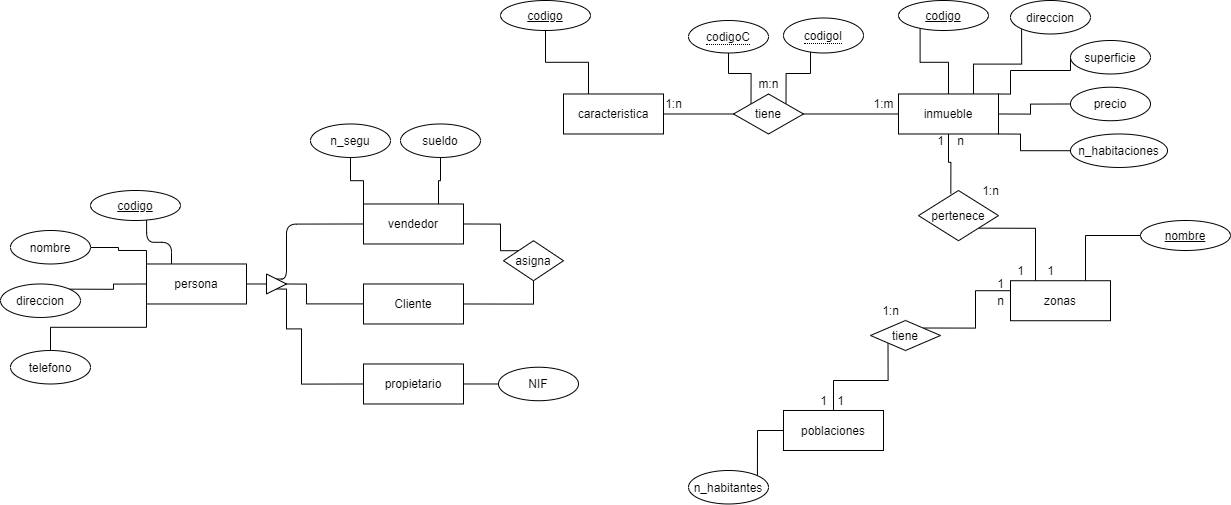
This is Parcial.png from Oscar915/Parcial, a draw.io export, as it was before one commit. Source tidied: cells renumbered, new cells last; positions are measured from the earlier drawing's top-left corner, leaving out a move shared by most shapes.
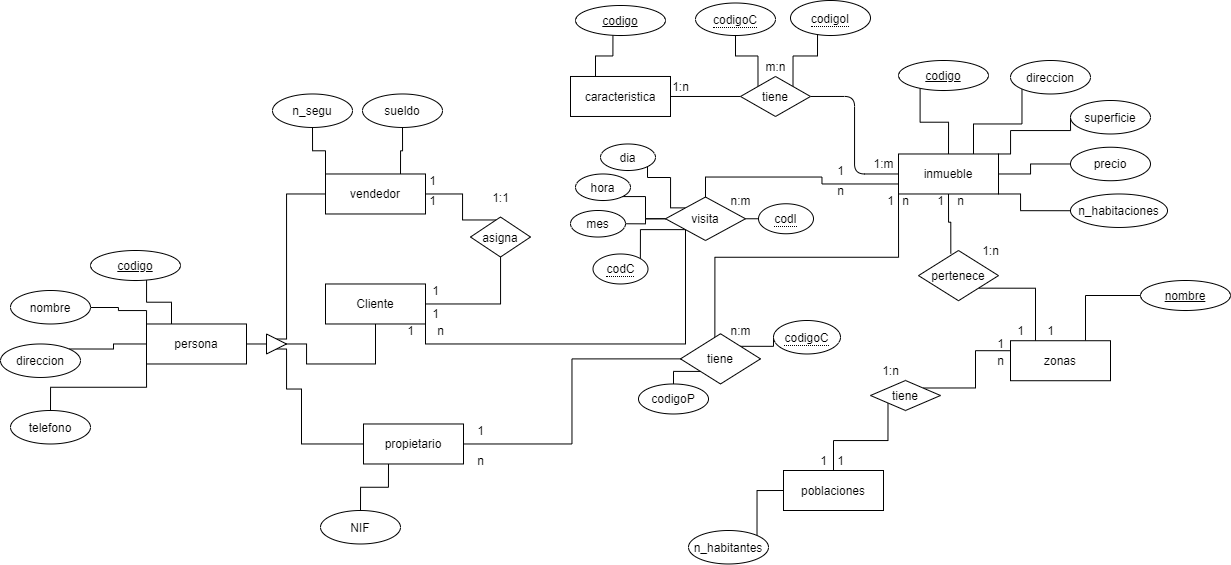
After the change.

Diff of the diagram source:
```diff
@@ -39,6 +39,12 @@
     <mxCell id="8" style="edgeStyle=orthogonalEdgeStyle;rounded=0;jettySize=auto;html=1;exitX=0.5;exitY=1;exitDx=0;exitDy=0;entryX=0.404;entryY=0.06;entryDx=0;entryDy=0;entryPerimeter=0;endArrow=none;endFill=0;" parent="1" edge="1" source="9" target="68">
       <mxGeometry relative="1" as="geometry" />
     </mxCell>
+    <mxCell id="74" style="edgeStyle=orthogonalEdgeStyle;rounded=0;jettySize=auto;html=1;exitX=0;exitY=1;exitDx=0;exitDy=0;entryX=-0.141;entryY=0.921;entryDx=0;entryDy=0;entryPerimeter=0;endArrow=none;endFill=0;" parent="1" edge="1" source="9" target="84">
+      <mxGeometry relative="1" as="geometry" />
+    </mxCell>
+    <mxCell id="75" style="edgeStyle=orthogonalEdgeStyle;rounded=0;jettySize=auto;html=1;exitX=0;exitY=0.75;exitDx=0;exitDy=0;entryX=0.5;entryY=0;entryDx=0;entryDy=0;endArrow=none;endFill=0;" parent="1" edge="1" source="9" target="99">
+      <mxGeometry relative="1" as="geometry" />
+    </mxCell>
     <mxCell id="9" value="inmueble&lt;br&gt;" style="whiteSpace=wrap;html=1;align=center;" parent="1" vertex="1">
       <mxGeometry x="898" y="93.5" width="100" height="40" as="geometry" />
     </mxCell>
@@ -60,7 +66,7 @@
     <mxCell id="15" value="zonas" style="whiteSpace=wrap;html=1;align=center;" parent="1" vertex="1">
       <mxGeometry x="1010" y="280.2" width="100" height="40" as="geometry" />
     </mxCell>
-    <mxCell id="16" style="edgeStyle=orthogonalEdgeStyle;rounded=1;jettySize=auto;html=1;exitX=0.25;exitY=0;exitDx=0;exitDy=0;entryX=0.623;entryY=0.967;entryDx=0;entryDy=0;entryPerimeter=0;endArrow=none;endFill=0;" parent="1" edge="1" source="20" target="46">
+    <mxCell id="16" style="edgeStyle=orthogonalEdgeStyle;rounded=0;jettySize=auto;html=1;exitX=0.25;exitY=0;exitDx=0;exitDy=0;entryX=0.623;entryY=0.967;entryDx=0;entryDy=0;entryPerimeter=0;endArrow=none;endFill=0;" parent="1" edge="1" source="20" target="46">
       <mxGeometry relative="1" as="geometry" />
     </mxCell>
     <mxCell id="17" style="edgeStyle=orthogonalEdgeStyle;rounded=0;jettySize=auto;html=1;exitX=0;exitY=0;exitDx=0;exitDy=0;endArrow=none;endFill=0;" parent="1" edge="1" source="20" target="31">
@@ -84,17 +90,20 @@
     <mxCell id="21" style="edgeStyle=orthogonalEdgeStyle;rounded=1;jettySize=auto;html=1;exitX=1;exitY=0.5;exitDx=0;exitDy=0;entryX=0;entryY=0.5;entryDx=0;entryDy=0;endArrow=none;endFill=0;" parent="1" edge="1" source="23" target="35">
       <mxGeometry relative="1" as="geometry" />
     </mxCell>
-    <mxCell id="22" style="edgeStyle=orthogonalEdgeStyle;rounded=0;jettySize=auto;html=1;exitX=0.25;exitY=0;exitDx=0;exitDy=0;entryX=0.5;entryY=1;entryDx=0;entryDy=0;endArrow=none;endFill=0;" parent="1" edge="1" source="23" target="45">
+    <mxCell id="22" style="edgeStyle=orthogonalEdgeStyle;rounded=0;jettySize=auto;html=1;exitX=0.25;exitY=0;exitDx=0;exitDy=0;endArrow=none;endFill=0;entryX=0.416;entryY=0.986;entryDx=0;entryDy=0;entryPerimeter=0;" parent="1" edge="1" source="23" target="45">
       <mxGeometry relative="1" as="geometry" />
     </mxCell>
     <mxCell id="23" value="caracteristica" style="whiteSpace=wrap;html=1;align=center;" parent="1" vertex="1">
-      <mxGeometry x="563" y="93.5" width="100" height="40" as="geometry" />
+      <mxGeometry x="570" y="16" width="100" height="40" as="geometry" />
     </mxCell>
-    <mxCell id="24" style="edgeStyle=orthogonalEdgeStyle;rounded=0;jettySize=auto;html=1;exitX=1;exitY=0.5;exitDx=0;exitDy=0;entryX=0.5;entryY=1;entryDx=0;entryDy=0;endArrow=none;endFill=0;" parent="1" edge="1" source="25" target="60">
+    <mxCell id="24" style="edgeStyle=orthogonalEdgeStyle;rounded=0;jettySize=auto;html=1;endArrow=none;endFill=0;" parent="1" edge="1" source="25" target="60">
       <mxGeometry relative="1" as="geometry" />
     </mxCell>
+    <mxCell id="76" style="edgeStyle=orthogonalEdgeStyle;rounded=0;jettySize=auto;html=1;exitX=1;exitY=1;exitDx=0;exitDy=0;entryX=0;entryY=1;entryDx=0;entryDy=0;endArrow=none;endFill=0;" parent="1" edge="1" source="25" target="99">
+      <mxGeometry relative="1" as="geometry" />
+    </mxCell>
     <mxCell id="25" value="Cliente&lt;br&gt;" style="whiteSpace=wrap;html=1;align=center;" parent="1" vertex="1">
-      <mxGeometry x="363" y="283.5" width="100" height="40" as="geometry" />
+      <mxGeometry x="325" y="223.5" width="100" height="40" as="geometry" />
     </mxCell>
     <mxCell id="26" style="edgeStyle=orthogonalEdgeStyle;rounded=0;jettySize=auto;html=1;exitX=0;exitY=0;exitDx=0;exitDy=0;entryX=0.5;entryY=1;entryDx=0;entryDy=0;endArrow=none;endFill=0;" parent="1" edge="1" source="29" target="53">
       <mxGeometry relative="1" as="geometry" />
@@ -102,17 +111,24 @@
     <mxCell id="27" style="edgeStyle=orthogonalEdgeStyle;rounded=0;jettySize=auto;html=1;exitX=0.75;exitY=0;exitDx=0;exitDy=0;entryX=0.5;entryY=1;entryDx=0;entryDy=0;endArrow=none;endFill=0;" parent="1" edge="1" source="29" target="54">
       <mxGeometry relative="1" as="geometry" />
     </mxCell>
-    <mxCell id="28" style="edgeStyle=orthogonalEdgeStyle;rounded=0;jettySize=auto;html=1;exitX=1;exitY=0.5;exitDx=0;exitDy=0;entryX=0;entryY=0;entryDx=0;entryDy=0;endArrow=none;endFill=0;" parent="1" edge="1" source="29" target="60">
+    <mxCell id="28" style="edgeStyle=orthogonalEdgeStyle;rounded=0;jettySize=auto;html=1;exitX=1;exitY=0.5;exitDx=0;exitDy=0;entryX=0.5;entryY=0;entryDx=0;entryDy=0;endArrow=none;endFill=0;" parent="1" edge="1" source="29" target="60">
       <mxGeometry relative="1" as="geometry">
         <Array as="points">
-          <mxPoint x="500" y="224" />
-          <mxPoint x="500" y="250" />
+          <mxPoint x="462" y="133.5" />
+          <mxPoint x="462" y="159.5" />
+          <mxPoint x="500" y="159.5" />
         </Array>
       </mxGeometry>
     </mxCell>
     <mxCell id="29" value="vendedor" style="whiteSpace=wrap;html=1;align=center;" parent="1" vertex="1">
-      <mxGeometry x="363" y="203.5" width="100" height="40" as="geometry" />
+      <mxGeometry x="325" y="113.5" width="100" height="40" as="geometry" />
     </mxCell>
+    <mxCell id="77" style="edgeStyle=orthogonalEdgeStyle;rounded=0;jettySize=auto;html=1;exitX=0.25;exitY=1;exitDx=0;exitDy=0;entryX=0.5;entryY=0;entryDx=0;entryDy=0;endArrow=none;endFill=0;" parent="1" edge="1" source="30" target="52">
+      <mxGeometry relative="1" as="geometry" />
+    </mxCell>
+    <mxCell id="78" style="edgeStyle=orthogonalEdgeStyle;rounded=0;jettySize=auto;html=1;exitX=1;exitY=0.5;exitDx=0;exitDy=0;entryX=0;entryY=0.5;entryDx=0;entryDy=0;endArrow=none;endFill=0;" parent="1" edge="1" source="30" target="81">
+      <mxGeometry relative="1" as="geometry" />
+    </mxCell>
     <mxCell id="30" value="propietario" style="whiteSpace=wrap;html=1;align=center;" parent="1" vertex="1">
       <mxGeometry x="363" y="363.5" width="100" height="40" as="geometry" />
     </mxCell>
@@ -129,25 +145,25 @@
       <mxGeometry relative="1" as="geometry" />
     </mxCell>
     <mxCell id="35" value="tiene" style="shape=rhombus;perimeter=rhombusPerimeter;whiteSpace=wrap;html=1;align=center;" parent="1" vertex="1">
-      <mxGeometry x="733" y="93.5" width="70" height="40" as="geometry" />
+      <mxGeometry x="740" y="16" width="70" height="40" as="geometry" />
     </mxCell>
     <mxCell id="36" value="1:n" style="text;html=1;align=center;verticalAlign=middle;" parent="1" vertex="1">
-      <mxGeometry x="658" y="93.5" width="30" height="20" as="geometry" />
+      <mxGeometry x="665" y="16" width="30" height="20" as="geometry" />
     </mxCell>
     <mxCell id="37" value="1:m" style="text;html=1;align=center;verticalAlign=middle;" parent="1" vertex="1">
       <mxGeometry x="863" y="93.5" width="40" height="20" as="geometry" />
     </mxCell>
     <mxCell id="38" value="m:n" style="text;html=1;align=center;verticalAlign=middle;" parent="1" vertex="1">
-      <mxGeometry x="748" y="73.5" width="40" height="20" as="geometry" />
+      <mxGeometry x="755" y="-4" width="40" height="20" as="geometry" />
     </mxCell>
     <mxCell id="39" style="edgeStyle=orthogonalEdgeStyle;rounded=1;jettySize=auto;html=1;exitX=0;exitY=0.5;exitDx=0;exitDy=0;entryX=1;entryY=0.5;entryDx=0;entryDy=0;endArrow=none;endFill=0;" parent="1" edge="1" source="43" target="20">
       <mxGeometry relative="1" as="geometry" />
     </mxCell>
-    <mxCell id="40" style="edgeStyle=orthogonalEdgeStyle;rounded=1;jettySize=auto;html=1;exitX=0.5;exitY=0;exitDx=0;exitDy=0;entryX=0;entryY=0.5;entryDx=0;entryDy=0;endArrow=none;endFill=0;" parent="1" edge="1" source="43" target="29">
+    <mxCell id="40" style="edgeStyle=orthogonalEdgeStyle;rounded=0;jettySize=auto;html=1;exitX=0.5;exitY=0;exitDx=0;exitDy=0;entryX=0;entryY=0.5;entryDx=0;entryDy=0;endArrow=none;endFill=0;" parent="1" edge="1" source="43" target="29">
       <mxGeometry relative="1" as="geometry">
         <Array as="points">
-          <mxPoint x="286" y="278.5" />
-          <mxPoint x="286" y="223.5" />
+          <mxPoint x="286" y="279" />
+          <mxPoint x="286" y="133" />
         </Array>
       </mxGeometry>
     </mxCell>
@@ -176,16 +192,16 @@
       <mxGeometry x="898" width="90" height="30" as="geometry" />
     </mxCell>
     <mxCell id="45" value="codigo" style="ellipse;whiteSpace=wrap;html=1;align=center;fontStyle=4;" parent="1" vertex="1">
-      <mxGeometry x="500" width="90" height="30" as="geometry" />
+      <mxGeometry x="575" y="-55" width="90" height="30" as="geometry" />
     </mxCell>
     <mxCell id="46" value="codigo" style="ellipse;whiteSpace=wrap;html=1;align=center;fontStyle=4;" parent="1" vertex="1">
       <mxGeometry x="90" y="190" width="90" height="30" as="geometry" />
     </mxCell>
     <mxCell id="47" value="&lt;span style=&quot;border-bottom: 1px dotted&quot;&gt;codigoI&lt;/span&gt;" style="ellipse;whiteSpace=wrap;html=1;align=center;" parent="1" vertex="1">
-      <mxGeometry x="783" y="17.5" width="80" height="35" as="geometry" />
+      <mxGeometry x="790" y="-60" width="80" height="35" as="geometry" />
     </mxCell>
     <mxCell id="48" value="&lt;span style=&quot;border-bottom: 1px dotted&quot;&gt;codigoC&lt;/span&gt;" style="ellipse;whiteSpace=wrap;html=1;align=center;" parent="1" vertex="1">
-      <mxGeometry x="688" y="20" width="80" height="32.5" as="geometry" />
+      <mxGeometry x="695" y="-57.5" width="80" height="32.5" as="geometry" />
     </mxCell>
     <mxCell id="49" value="telefono" style="ellipse;whiteSpace=wrap;html=1;align=center;" parent="1" vertex="1">
       <mxGeometry x="10" y="350" width="80" height="33.5" as="geometry" />
@@ -193,17 +209,14 @@
     <mxCell id="50" value="direccion" style="ellipse;whiteSpace=wrap;html=1;align=center;" parent="1" vertex="1">
       <mxGeometry y="283.5" width="80" height="33.5" as="geometry" />
     </mxCell>
-    <mxCell id="51" style="edgeStyle=orthogonalEdgeStyle;rounded=1;jettySize=auto;html=1;exitX=0;exitY=0.5;exitDx=0;exitDy=0;entryX=1;entryY=0.5;entryDx=0;entryDy=0;endArrow=none;endFill=0;" parent="1" edge="1" source="52" target="30">
-      <mxGeometry relative="1" as="geometry" />
-    </mxCell>
     <mxCell id="52" value="NIF" style="ellipse;whiteSpace=wrap;html=1;align=center;" parent="1" vertex="1">
-      <mxGeometry x="498" y="366.7" width="80" height="33.5" as="geometry" />
+      <mxGeometry x="320" y="450" width="80" height="33.5" as="geometry" />
     </mxCell>
     <mxCell id="53" value="n_segu" style="ellipse;whiteSpace=wrap;html=1;align=center;" parent="1" vertex="1">
-      <mxGeometry x="310" y="123.5" width="80" height="33.5" as="geometry" />
+      <mxGeometry x="272" y="33.5" width="80" height="33.5" as="geometry" />
     </mxCell>
     <mxCell id="54" value="sueldo" style="ellipse;whiteSpace=wrap;html=1;align=center;" parent="1" vertex="1">
-      <mxGeometry x="400" y="123.5" width="80" height="33.5" as="geometry" />
+      <mxGeometry x="362" y="33.5" width="80" height="33.5" as="geometry" />
     </mxCell>
     <mxCell id="55" value="n_habitantes" style="ellipse;whiteSpace=wrap;html=1;align=center;" parent="1" vertex="1">
       <mxGeometry x="688" y="470" width="80" height="33.5" as="geometry" />
@@ -221,7 +234,7 @@
       <mxGeometry x="1070" y="86.7" width="80" height="33.5" as="geometry" />
     </mxCell>
     <mxCell id="60" value="asigna" style="shape=rhombus;perimeter=rhombusPerimeter;whiteSpace=wrap;html=1;align=center;" parent="1" vertex="1">
-      <mxGeometry x="503" y="240.2" width="60" height="40" as="geometry" />
+      <mxGeometry x="470" y="156.5" width="60" height="40" as="geometry" />
     </mxCell>
     <mxCell id="61" value="tiene" style="shape=rhombus;perimeter=rhombusPerimeter;whiteSpace=wrap;html=1;align=center;" parent="1" vertex="1">
       <mxGeometry x="870" y="320" width="70" height="30" as="geometry" />
@@ -262,5 +275,104 @@
     <mxCell id="73" value="1:n" style="text;html=1;align=center;verticalAlign=middle;" parent="1" vertex="1">
       <mxGeometry x="975" y="180" width="30" height="20" as="geometry" />
     </mxCell>
+    <mxCell id="79" style="edgeStyle=orthogonalEdgeStyle;rounded=0;jettySize=auto;html=1;exitX=0;exitY=1;exitDx=0;exitDy=0;entryX=0.5;entryY=0;entryDx=0;entryDy=0;endArrow=none;endFill=0;" parent="1" edge="1" source="81" target="92">
+      <mxGeometry relative="1" as="geometry" />
+    </mxCell>
+    <mxCell id="80" style="edgeStyle=orthogonalEdgeStyle;rounded=0;jettySize=auto;html=1;exitX=1;exitY=0;exitDx=0;exitDy=0;entryX=0;entryY=0.5;entryDx=0;entryDy=0;endArrow=none;endFill=0;" parent="1" edge="1" source="81" target="93">
+      <mxGeometry relative="1" as="geometry" />
+    </mxCell>
+    <mxCell id="81" value="tiene" style="shape=rhombus;perimeter=rhombusPerimeter;whiteSpace=wrap;html=1;align=center;" parent="1" vertex="1">
+      <mxGeometry x="680" y="273.3" width="80" height="50.2" as="geometry" />
+    </mxCell>
+    <mxCell id="82" value="n" style="text;html=1;align=center;verticalAlign=middle;" parent="1" vertex="1">
+      <mxGeometry x="470" y="390" width="20" height="20" as="geometry" />
+    </mxCell>
+    <mxCell id="83" value="1" style="text;html=1;align=center;verticalAlign=middle;" parent="1" vertex="1">
+      <mxGeometry x="470" y="360" width="20" height="20" as="geometry" />
+    </mxCell>
+    <mxCell id="84" value="n:m" style="text;html=1;align=center;verticalAlign=middle;points=[];" parent="1" vertex="1">
+      <mxGeometry x="720" y="260" width="40" height="20" as="geometry" />
+    </mxCell>
+    <mxCell id="85" value="1" style="text;html=1;align=center;verticalAlign=middle;" parent="1" vertex="1">
+      <mxGeometry x="880" y="130" width="20" height="20" as="geometry" />
+    </mxCell>
+    <mxCell id="86" value="n" style="text;html=1;align=center;verticalAlign=middle;" parent="1" vertex="1">
+      <mxGeometry x="895" y="130.2" width="20" height="20" as="geometry" />
+    </mxCell>
+    <mxCell id="87" value="1" style="text;html=1;align=center;verticalAlign=middle;" parent="1" vertex="1">
+      <mxGeometry x="422" y="110" width="20" height="20" as="geometry" />
+    </mxCell>
+    <mxCell id="88" value="1" style="text;html=1;align=center;verticalAlign=middle;" parent="1" vertex="1">
+      <mxGeometry x="425" y="243.5" width="20" height="20" as="geometry" />
+    </mxCell>
+    <mxCell id="89" value="1" style="text;html=1;align=center;verticalAlign=middle;" parent="1" vertex="1">
+      <mxGeometry x="425" y="220" width="20" height="20" as="geometry" />
+    </mxCell>
+    <mxCell id="90" value="1" style="text;html=1;align=center;verticalAlign=middle;" parent="1" vertex="1">
+      <mxGeometry x="422" y="130" width="20" height="20" as="geometry" />
+    </mxCell>
+    <mxCell id="91" value="1:1" style="text;html=1;align=center;verticalAlign=middle;" parent="1" vertex="1">
+      <mxGeometry x="485" y="126.5" width="30" height="20" as="geometry" />
+    </mxCell>
+    <mxCell id="92" value="codigoP" style="ellipse;whiteSpace=wrap;html=1;align=center;" parent="1" vertex="1">
+      <mxGeometry x="638" y="323.5" width="70" height="30" as="geometry" />
+    </mxCell>
+    <mxCell id="93" value="&lt;span style=&quot;border-bottom: 1px dotted&quot;&gt;codigoC&lt;/span&gt;" style="ellipse;whiteSpace=wrap;html=1;align=center;" parent="1" vertex="1">
+      <mxGeometry x="773" y="260" width="67" height="33.5" as="geometry" />
+    </mxCell>
+    <mxCell id="94" style="edgeStyle=orthogonalEdgeStyle;rounded=0;jettySize=auto;html=1;exitX=1;exitY=0.5;exitDx=0;exitDy=0;entryX=0;entryY=0.5;entryDx=0;entryDy=0;endArrow=none;endFill=0;" parent="1" edge="1" source="99" target="109">
+      <mxGeometry relative="1" as="geometry" />
+    </mxCell>
+    <mxCell id="95" style="edgeStyle=orthogonalEdgeStyle;rounded=0;jettySize=auto;html=1;exitX=0;exitY=0;exitDx=0;exitDy=0;entryX=1;entryY=1;entryDx=0;entryDy=0;endArrow=none;endFill=0;" parent="1" edge="1" source="99" target="105">
+      <mxGeometry relative="1" as="geometry">
+        <Array as="points">
+          <mxPoint x="670" y="147" />
+          <mxPoint x="670" y="117" />
+          <mxPoint x="647" y="117" />
+        </Array>
+      </mxGeometry>
+    </mxCell>
+    <mxCell id="96" style="edgeStyle=orthogonalEdgeStyle;rounded=0;jettySize=auto;html=1;exitX=0;exitY=0.5;exitDx=0;exitDy=0;entryX=1;entryY=1;entryDx=0;entryDy=0;endArrow=none;endFill=0;" parent="1" edge="1" source="99" target="106">
+      <mxGeometry relative="1" as="geometry" />
+    </mxCell>
+    <mxCell id="97" style="edgeStyle=orthogonalEdgeStyle;rounded=0;jettySize=auto;html=1;exitX=0;exitY=1;exitDx=0;exitDy=0;entryX=1;entryY=0;entryDx=0;entryDy=0;endArrow=none;endFill=0;" parent="1" edge="1" source="99" target="108">
+      <mxGeometry relative="1" as="geometry" />
+    </mxCell>
+    <mxCell id="98" style="edgeStyle=orthogonalEdgeStyle;rounded=0;jettySize=auto;html=1;exitX=0;exitY=0.5;exitDx=0;exitDy=0;entryX=1;entryY=0.5;entryDx=0;entryDy=0;endArrow=none;endFill=0;" parent="1" edge="1" source="99" target="107">
+      <mxGeometry relative="1" as="geometry" />
+    </mxCell>
+    <mxCell id="99" value="visita" style="shape=rhombus;perimeter=rhombusPerimeter;whiteSpace=wrap;html=1;align=center;" parent="1" vertex="1">
+      <mxGeometry x="665" y="136.5" width="80" height="43.5" as="geometry" />
+    </mxCell>
+    <mxCell id="100" value="1" style="text;html=1;align=center;verticalAlign=middle;" parent="1" vertex="1">
+      <mxGeometry x="400" y="260" width="20" height="20" as="geometry" />
+    </mxCell>
+    <mxCell id="101" value="n" style="text;html=1;align=center;verticalAlign=middle;" parent="1" vertex="1">
+      <mxGeometry x="830" y="120" width="20" height="20" as="geometry" />
+    </mxCell>
+    <mxCell id="102" value="1" style="text;html=1;align=center;verticalAlign=middle;" parent="1" vertex="1">
+      <mxGeometry x="830" y="100" width="20" height="20" as="geometry" />
+    </mxCell>
+    <mxCell id="103" value="n" style="text;html=1;align=center;verticalAlign=middle;" parent="1" vertex="1">
+      <mxGeometry x="430" y="260" width="20" height="20" as="geometry" />
+    </mxCell>
+    <mxCell id="104" value="n:m" style="text;html=1;align=center;verticalAlign=middle;" parent="1" vertex="1">
+      <mxGeometry x="720" y="130" width="40" height="20" as="geometry" />
+    </mxCell>
+    <mxCell id="105" value="dia" style="ellipse;whiteSpace=wrap;html=1;align=center;" parent="1" vertex="1">
+      <mxGeometry x="600" y="83.5" width="55" height="26.5" as="geometry" />
+    </mxCell>
+    <mxCell id="106" value="hora" style="ellipse;whiteSpace=wrap;html=1;align=center;" parent="1" vertex="1">
+      <mxGeometry x="575" y="113.5" width="55" height="26.5" as="geometry" />
+    </mxCell>
+    <mxCell id="107" value="mes" style="ellipse;whiteSpace=wrap;html=1;align=center;" parent="1" vertex="1">
+      <mxGeometry x="570" y="150" width="55" height="26.5" as="geometry" />
+    </mxCell>
+    <mxCell id="108" value="&lt;span style=&quot;border-bottom: 1px dotted&quot;&gt;codC&lt;/span&gt;" style="ellipse;whiteSpace=wrap;html=1;align=center;" parent="1" vertex="1">
+      <mxGeometry x="592.5" y="193.5" width="55" height="30" as="geometry" />
+    </mxCell>
+    <mxCell id="109" value="&lt;span style=&quot;border-bottom: 1px dotted&quot;&gt;codI&lt;/span&gt;" style="ellipse;whiteSpace=wrap;html=1;align=center;" parent="1" vertex="1">
+      <mxGeometry x="758" y="143.3" width="55" height="30" as="geometry" />
+    </mxCell>
   </root>
 </mxGraphModel>
```
